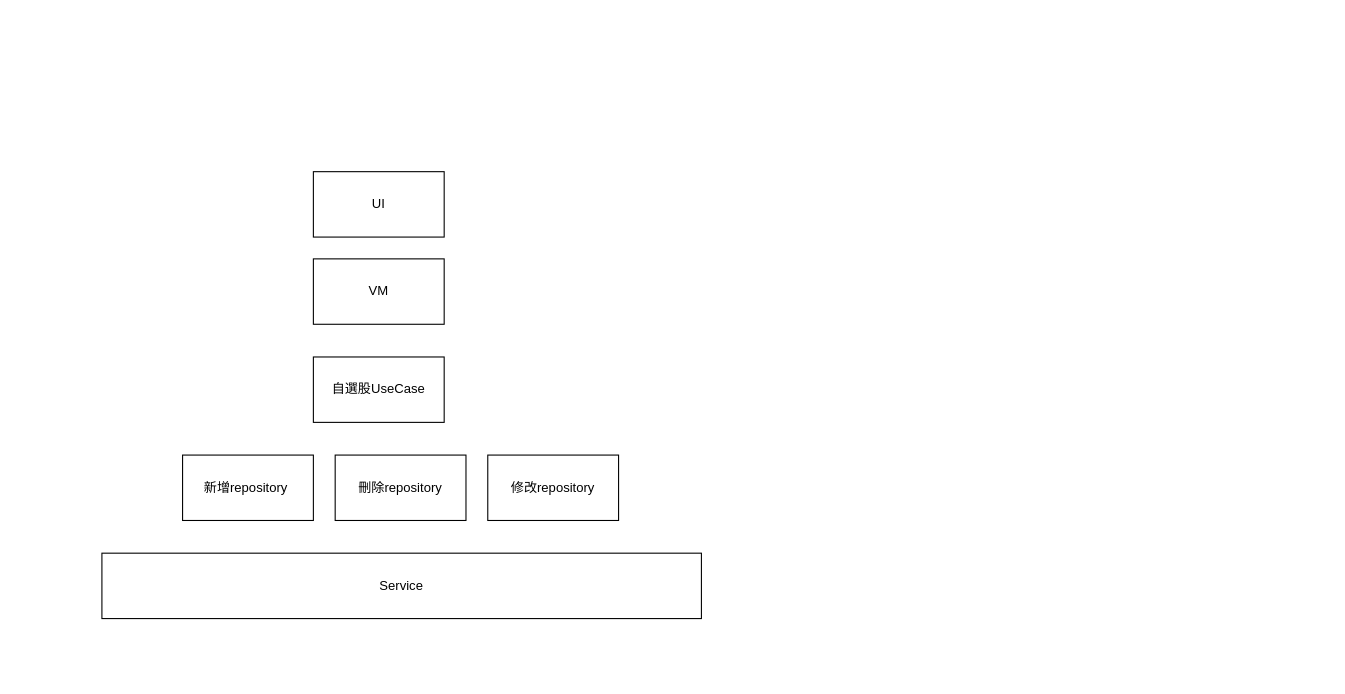
The draw.io diagram 範例架構圖.drawio in CapitalMobile/swift_giselle_practice, before the edit. Source tidied: cells renumbered, new cells numbered last; positions are measured from the earlier drawing's top-left corner, leaving out a move shared by most shapes. Both pictures are drawn from the tidied source at 109%, with x=0, y=0 at pixel (101, 171).
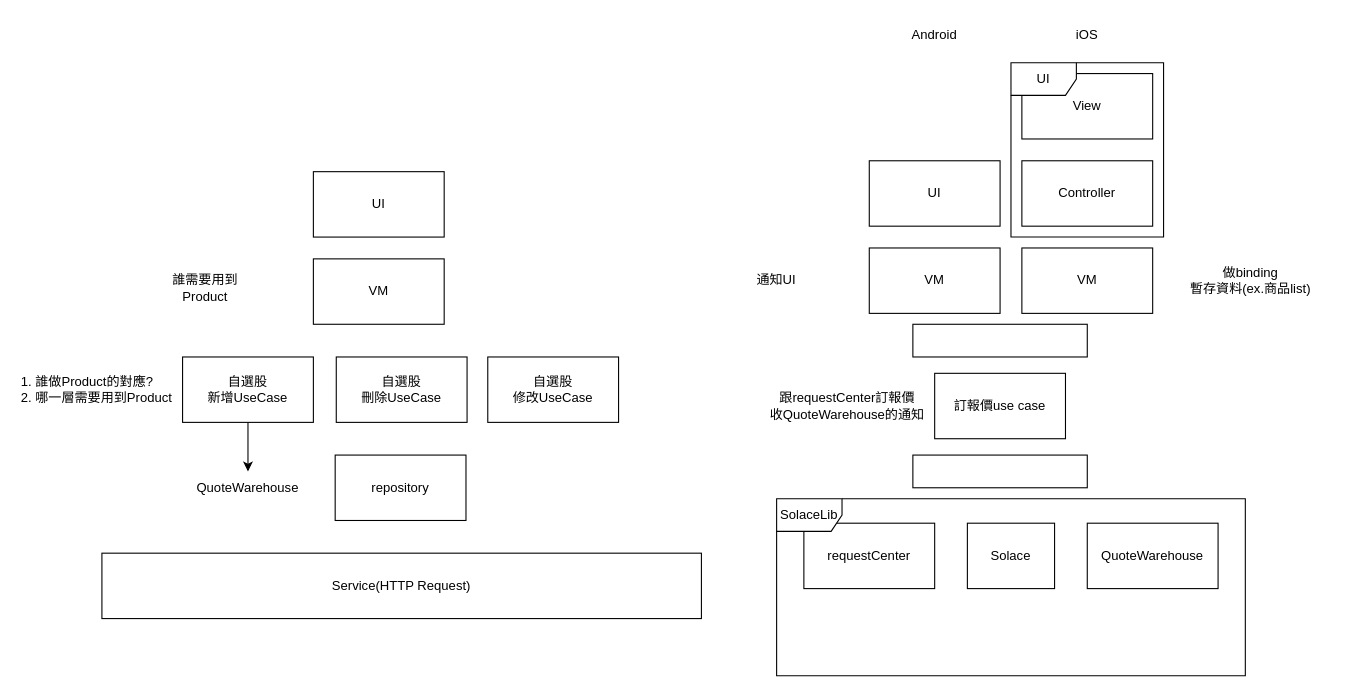
After the change.

Commit message:
更新範例架構圖.drawio

Change to the diagram source:
```diff
@@
-    <mxCell id="4" value="自選股UseCase" style="rounded=0;whiteSpace=wrap;html=1;" parent="1" vertex="1">
-      <mxGeometry x="194" y="170" width="120" height="60" as="geometry" />
+    <mxCell id="4" value="自選股&lt;br&gt;新增UseCase" style="rounded=0;whiteSpace=wrap;html=1;" parent="1" vertex="1">
+      <mxGeometry x="74" y="170" width="120" height="60" as="geometry" />
     </mxCell>
-    <mxCell id="5" value="新增repository&lt;span style=&quot;white-space: pre;&quot;&gt; &lt;/span&gt;" style="rounded=0;whiteSpace=wrap;html=1;" parent="1" vertex="1">
-      <mxGeometry x="74" y="260" width="120" height="60" as="geometry" />
-    </mxCell>
-    <mxCell id="6" value="刪除repository&lt;span style=&quot;&quot;&gt; &lt;/span&gt;" style="rounded=0;whiteSpace=wrap;html=1;" parent="1" vertex="1">
+    <mxCell id="6" value="repository&lt;span style=&quot;&quot;&gt; &lt;/span&gt;" style="rounded=0;whiteSpace=wrap;html=1;" parent="1" vertex="1">
       <mxGeometry x="214" y="260" width="120" height="60" as="geometry" />
     </mxCell>
-    <mxCell id="7" value="修改repository&lt;span style=&quot;&quot;&gt; &lt;/span&gt;" style="rounded=0;whiteSpace=wrap;html=1;" parent="1" vertex="1">
-      <mxGeometry x="354" y="260" width="120" height="60" as="geometry" />
-    </mxCell>
-    <mxCell id="8" value="Service" style="rounded=0;whiteSpace=wrap;html=1;" parent="1" vertex="1">
+    <mxCell id="8" value="Service(HTTP Request)" style="rounded=0;whiteSpace=wrap;html=1;" parent="1" vertex="1">
       <mxGeometry y="350" width="550" height="60" as="geometry" />
     </mxCell>
+    <mxCell id="9" value="1. 誰做Product的對應?&lt;br&gt;2. 哪一層需要用到Product" style="text;html=1;strokeColor=none;fillColor=none;align=left;verticalAlign=middle;whiteSpace=wrap;rounded=0;" parent="1" vertex="1">
+      <mxGeometry x="-76" y="185" width="170" height="30" as="geometry" />
+    </mxCell>
+    <mxCell id="10" value="&lt;br&gt;誰需要用到&lt;br&gt;Product" style="text;html=1;strokeColor=none;fillColor=none;align=center;verticalAlign=middle;whiteSpace=wrap;rounded=0;" parent="1" vertex="1">
+      <mxGeometry x="20" y="90" width="150" height="20" as="geometry" />
+    </mxCell>
+    <mxCell id="11" value="QuoteWarehouse&lt;br&gt;" style="text;html=1;strokeColor=none;fillColor=none;align=center;verticalAlign=middle;whiteSpace=wrap;rounded=0;" parent="1" vertex="1">
+      <mxGeometry x="59" y="275" width="150" height="30" as="geometry" />
+    </mxCell>
+    <mxCell id="12" value="自選股&lt;br&gt;刪除UseCase" style="rounded=0;whiteSpace=wrap;html=1;" parent="1" vertex="1">
+      <mxGeometry x="215" y="170" width="120" height="60" as="geometry" />
+    </mxCell>
+    <mxCell id="13" value="自選股&lt;br&gt;修改UseCase" style="rounded=0;whiteSpace=wrap;html=1;" parent="1" vertex="1">
+      <mxGeometry x="354" y="170" width="120" height="60" as="geometry" />
+    </mxCell>
+    <mxCell id="14" style="endArrow=classic;html=1;rounded=0;exitX=0.5;exitY=1;exitDx=0;exitDy=0;entryX=0.5;entryY=0;entryDx=0;entryDy=0;" parent="1" edge="1" source="4" target="11">
+      <mxGeometry relative="1" as="geometry" />
+    </mxCell>
+    <mxCell id="15" value="VM" style="rounded=0;whiteSpace=wrap;html=1;" parent="1" vertex="1">
+      <mxGeometry x="704" y="70" width="120" height="60" as="geometry" />
+    </mxCell>
+    <mxCell id="16" value="UI" style="rounded=0;whiteSpace=wrap;html=1;" parent="1" vertex="1">
+      <mxGeometry x="704" y="-10" width="120" height="60" as="geometry" />
+    </mxCell>
+    <mxCell id="17" value="Controller" style="rounded=0;whiteSpace=wrap;html=1;" parent="1" vertex="1">
+      <mxGeometry x="844" y="-10" width="120" height="60" as="geometry" />
+    </mxCell>
+    <mxCell id="18" value="View" style="rounded=0;whiteSpace=wrap;html=1;" parent="1" vertex="1">
+      <mxGeometry x="844" y="-90" width="120" height="60" as="geometry" />
+    </mxCell>
+    <mxCell id="19" value="VM" style="rounded=0;whiteSpace=wrap;html=1;" parent="1" vertex="1">
+      <mxGeometry x="844" y="70" width="120" height="60" as="geometry" />
+    </mxCell>
+    <mxCell id="20" value="iOS" style="text;html=1;strokeColor=none;fillColor=none;align=center;verticalAlign=middle;whiteSpace=wrap;rounded=0;" parent="1" vertex="1">
+      <mxGeometry x="874" y="-140" width="60" height="30" as="geometry" />
+    </mxCell>
+    <mxCell id="21" value="Android" style="text;html=1;strokeColor=none;fillColor=none;align=center;verticalAlign=middle;whiteSpace=wrap;rounded=0;" parent="1" vertex="1">
+      <mxGeometry x="734" y="-140" width="60" height="30" as="geometry" />
+    </mxCell>
+    <mxCell id="22" value="UI" style="shape=umlFrame;whiteSpace=wrap;html=1;" parent="1" vertex="1">
+      <mxGeometry x="834" y="-100" width="140" height="160" as="geometry" />
+    </mxCell>
+    <mxCell id="23" value="requestCenter" style="rounded=0;whiteSpace=wrap;html=1;" parent="1" vertex="1">
+      <mxGeometry x="644" y="322.5" width="120" height="60" as="geometry" />
+    </mxCell>
+    <mxCell id="24" value="QuoteWarehouse" style="rounded=0;whiteSpace=wrap;html=1;" parent="1" vertex="1">
+      <mxGeometry x="904" y="322.5" width="120" height="60" as="geometry" />
+    </mxCell>
+    <mxCell id="25" value="Solace" style="rounded=0;whiteSpace=wrap;html=1;" parent="1" vertex="1">
+      <mxGeometry x="794" y="322.5" width="80" height="60" as="geometry" />
+    </mxCell>
+    <mxCell id="26" value="SolaceLib" style="shape=umlFrame;whiteSpace=wrap;html=1;" parent="1" vertex="1">
+      <mxGeometry x="619" y="300" width="430" height="162.5" as="geometry" />
+    </mxCell>
+    <mxCell id="27" value="訂報價use case" style="rounded=0;whiteSpace=wrap;html=1;" parent="1" vertex="1">
+      <mxGeometry x="764" y="185" width="120" height="60" as="geometry" />
+    </mxCell>
+    <mxCell id="28" value="跟requestCenter訂報價&lt;br&gt;收QuoteWarehouse的通知" style="text;html=1;strokeColor=none;fillColor=none;align=center;verticalAlign=middle;whiteSpace=wrap;rounded=0;" parent="1" vertex="1">
+      <mxGeometry x="604" y="200" width="160" height="30" as="geometry" />
+    </mxCell>
+    <mxCell id="29" value="做binding&lt;br&gt;暫存資料(ex.商品list)" style="text;html=1;strokeColor=none;fillColor=none;align=center;verticalAlign=middle;whiteSpace=wrap;rounded=0;" parent="1" vertex="1">
+      <mxGeometry x="984" y="85" width="140" height="30" as="geometry" />
+    </mxCell>
+    <mxCell id="30" value="通知UI" style="text;html=1;strokeColor=none;fillColor=none;align=center;verticalAlign=middle;whiteSpace=wrap;rounded=0;" parent="1" vertex="1">
+      <mxGeometry x="564" y="85" width="110" height="30" as="geometry" />
+    </mxCell>
+    <mxCell id="31" style="rounded=0;whiteSpace=wrap;html=1;" parent="1" vertex="1">
+      <mxGeometry x="744" y="140" width="160" height="30" as="geometry" />
+    </mxCell>
+    <mxCell id="32" style="rounded=0;whiteSpace=wrap;html=1;" parent="1" vertex="1">
+      <mxGeometry x="744" y="260" width="160" height="30" as="geometry" />
+    </mxCell>
```
